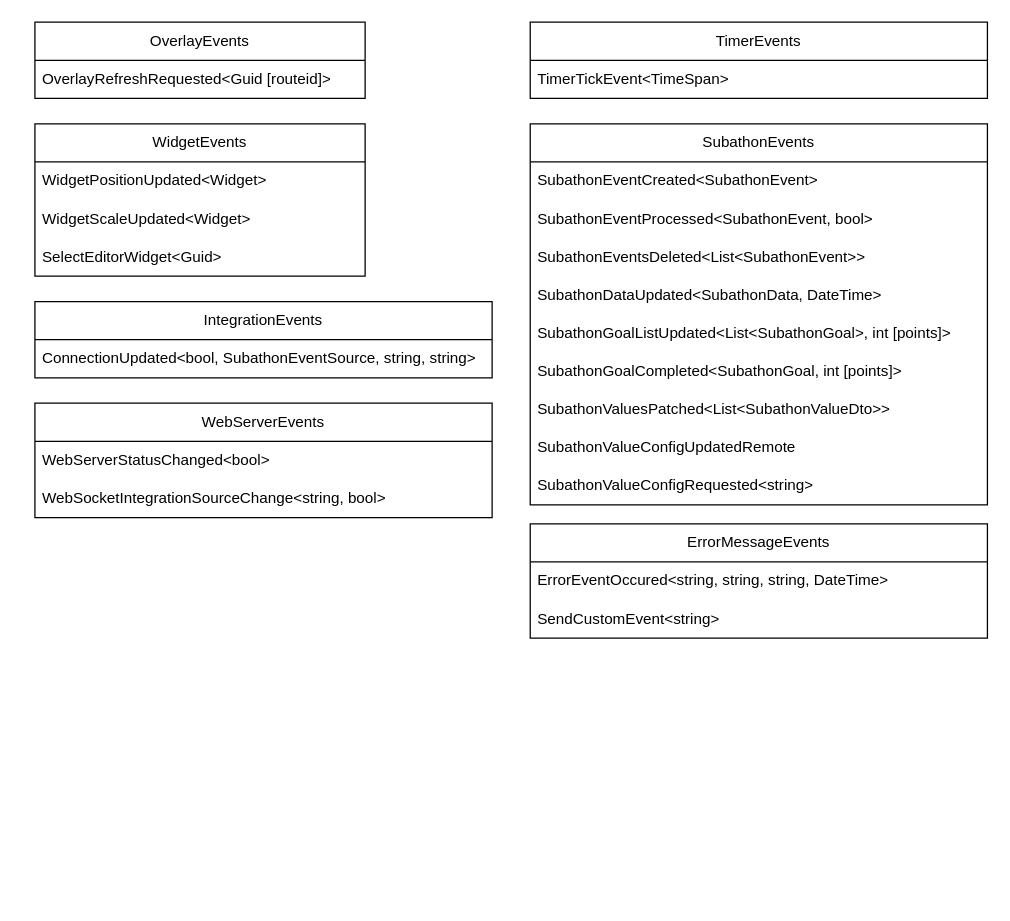
WolfwithSword/SubathonManager-docs keeps this draw.io diagram as page "Events" (5 of 8) of wiki/docs/SubathonManager_Design.drawio. Above is the earlier version. Source tidied: cells renumbered, new cells numbered last; positions are measured from the earlier drawing's top-left corner, leaving out a move shared by most shapes. Both pictures are drawn from the tidied source at 127%, with x=0, y=0 at pixel (34, 22).
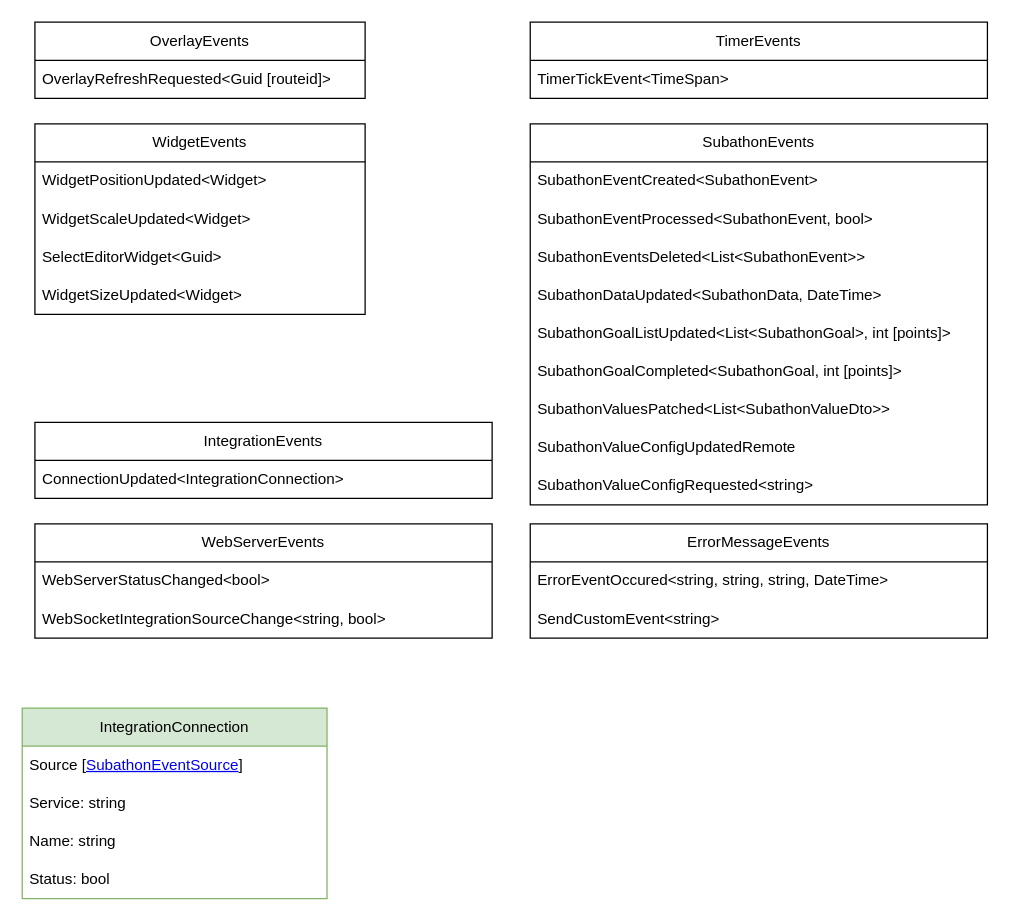
The same page after the edit.

What changed in the source:
```diff
@@
     <mxCell id="4" value="IntegrationEvents" style="swimlane;fontStyle=0;horizontal=1;startSize=30;whiteSpace=wrap;html=1;" parent="1" vertex="1">
-      <mxGeometry y="220" width="360" height="60" as="geometry" />
+      <mxGeometry y="315" width="360" height="60" as="geometry" />
     </mxCell>
-    <mxCell id="5" value="ConnectionUpdated&amp;lt;bool, SubathonEventSource, string, string&amp;gt;" style="text;strokeColor=none;fillColor=none;align=left;verticalAlign=middle;spacingLeft=4;spacingRight=4;overflow=hidden;whiteSpace=wrap;html=1;" parent="4" vertex="1">
+    <mxCell id="5" value="ConnectionUpdated&amp;lt;&lt;font style=&quot;color: light-dark(rgb(0, 0, 0), rgb(6, 255, 11));&quot;&gt;IntegrationConnection&lt;/font&gt;&amp;gt;" style="text;strokeColor=none;fillColor=none;align=left;verticalAlign=middle;spacingLeft=4;spacingRight=4;overflow=hidden;whiteSpace=wrap;html=1;" parent="4" vertex="1">
       <mxGeometry y="30" width="360" height="30" as="geometry" />
     </mxCell>
@@
     <mxCell id="8" value="WidgetEvents" style="swimlane;fontStyle=0;horizontal=1;startSize=30;whiteSpace=wrap;html=1;" parent="1" vertex="1">
-      <mxGeometry y="80" width="260" height="120" as="geometry" />
+      <mxGeometry y="80" width="260" height="150" as="geometry" />
     </mxCell>
@@
+    <mxCell id="28" value="WidgetSizeUpdated&amp;lt;Widget&amp;gt;" style="text;strokeColor=none;fillColor=none;align=left;verticalAlign=middle;spacingLeft=4;spacingRight=4;overflow=hidden;whiteSpace=wrap;html=1;" parent="8" vertex="1">
+      <mxGeometry y="120" width="260" height="30" as="geometry" />
+    </mxCell>
@@
     <mxCell id="22" value="WebServerEvents" style="swimlane;fontStyle=0;horizontal=1;startSize=30;whiteSpace=wrap;html=1;" parent="1" vertex="1">
-      <mxGeometry y="300" width="360" height="90" as="geometry" />
+      <mxGeometry y="395" width="360" height="90" as="geometry" />
     </mxCell>
@@
+    <mxCell id="29" value="IntegrationConnection" style="swimlane;fontStyle=0;horizontal=1;startSize=30;whiteSpace=wrap;html=1;fillColor=#d5e8d4;strokeColor=#82b366;" parent="1" vertex="1">
+      <mxGeometry x="-10" y="540" width="240" height="150" as="geometry" />
+    </mxCell>
+    <mxCell id="30" value="Source [&lt;a href=&quot;data:page/id,YKVmR0vHRuFck_WX-PmZ&quot;&gt;SubathonEventSource&lt;/a&gt;]" style="text;strokeColor=none;fillColor=none;align=left;verticalAlign=middle;spacingLeft=4;spacingRight=4;overflow=hidden;whiteSpace=wrap;html=1;" parent="29" vertex="1">
+      <mxGeometry y="30" width="240" height="30" as="geometry" />
+    </mxCell>
+    <mxCell id="31" value="Service: string" style="text;strokeColor=none;fillColor=none;align=left;verticalAlign=middle;spacingLeft=4;spacingRight=4;overflow=hidden;whiteSpace=wrap;html=1;" parent="29" vertex="1">
+      <mxGeometry y="60" width="240" height="30" as="geometry" />
+    </mxCell>
+    <mxCell id="32" value="Name: string" style="text;strokeColor=none;fillColor=none;align=left;verticalAlign=middle;spacingLeft=4;spacingRight=4;overflow=hidden;whiteSpace=wrap;html=1;" parent="29" vertex="1">
+      <mxGeometry y="90" width="240" height="30" as="geometry" />
+    </mxCell>
+    <mxCell id="33" value="Status: bool" style="text;strokeColor=none;fillColor=none;align=left;verticalAlign=middle;spacingLeft=4;spacingRight=4;overflow=hidden;whiteSpace=wrap;html=1;" parent="29" vertex="1">
+      <mxGeometry y="120" width="240" height="30" as="geometry" />
+    </mxCell>
```
